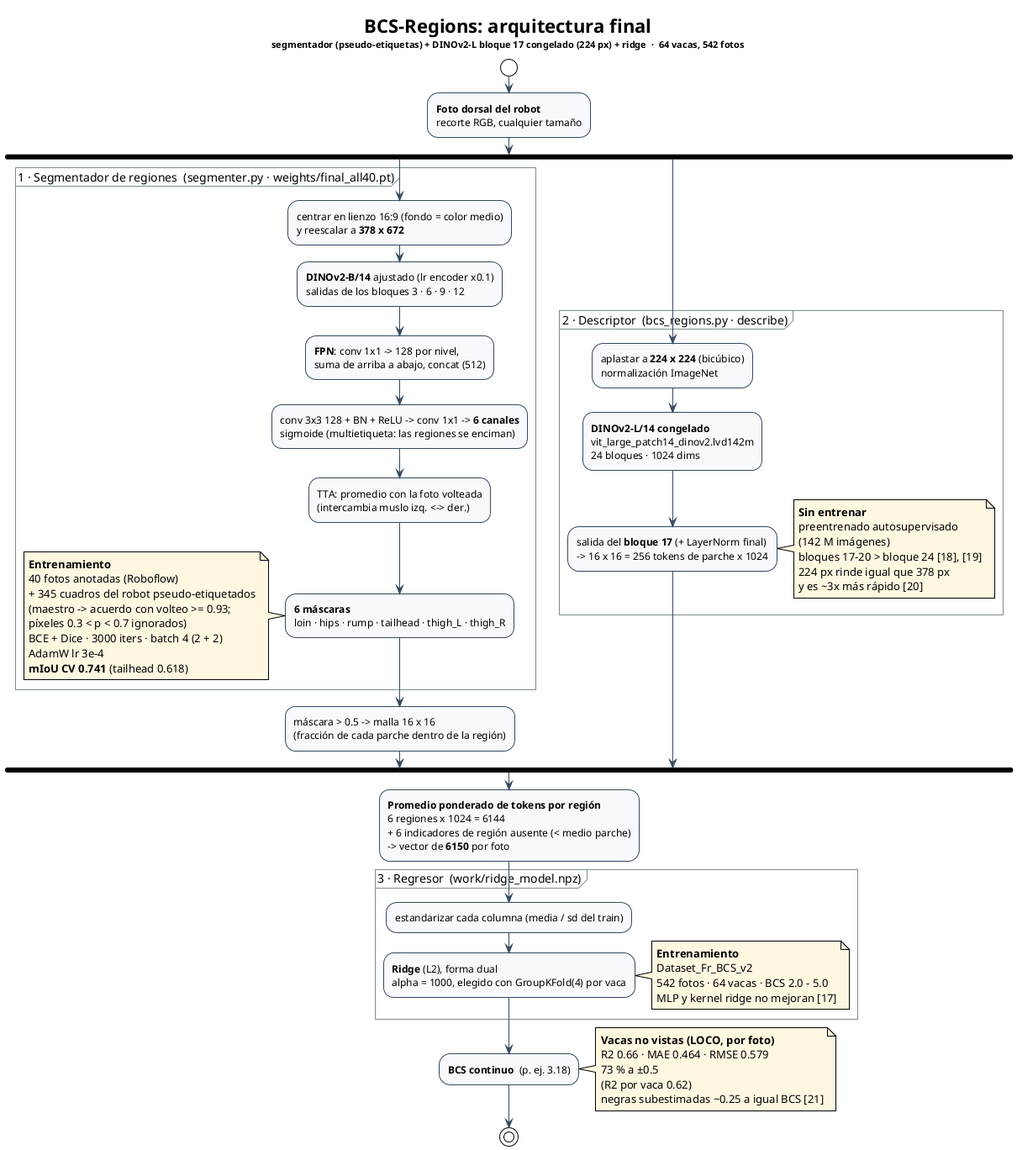
Before: Modeling/Main model/BCS-Regions/figures/arquitectura_final.png, a diagram exported from PlantUML (MonicaMMartinezV/MuuMetrics). The source it was exported from:
```plantuml
@startuml arquitectura_final
!theme plain
skinparam defaultFontName Helvetica
skinparam ActivityBackgroundColor #F7F9FC
skinparam ActivityBorderColor #34495E
skinparam NoteBackgroundColor #FFF8E1
skinparam ArrowColor #34495E
skinparam PartitionBorderColor #7F8C8D

title BCS-Regions: arquitectura final\n<size:11>segmentador (pseudo-etiquetas) + DINOv2-L bloque 17 congelado (224 px) + ridge  ·  64 vacas, 542 fotos</size>

start
:**Foto dorsal del robot**
recorte RGB, cualquier tamaño;

fork
  partition "1 · Segmentador de regiones  (segmenter.py · weights/final_all40.pt)" {
    :centrar en lienzo 16:9 (fondo = color medio)
    y reescalar a **378 x 672**;
    :**DINOv2-B/14** ajustado (lr encoder x0.1)
    salidas de los bloques 3 · 6 · 9 · 12;
    :**FPN**: conv 1x1 -> 128 por nivel,
    suma de arriba a abajo, concat (512);
    :conv 3x3 128 + BN + ReLU -> conv 1x1 -> **6 canales**
    sigmoide (multietiqueta: las regiones se enciman);
    :TTA: promedio con la foto volteada
    (intercambia muslo izq. <-> der.);
    :**6 máscaras**
    loin · hips · rump · tailhead · thigh_L · thigh_R;
  }
  note left
    **Entrenamiento**
    40 fotos anotadas (Roboflow)
    + 345 cuadros del robot pseudo-etiquetados
    (maestro -> acuerdo con volteo >= 0.93;
    píxeles 0.3 < p < 0.7 ignorados)
    BCE + Dice · 3000 iters · batch 4 (2 + 2)
    AdamW lr 3e-4
    **mIoU CV 0.741** (tailhead 0.618)
  end note
  :máscara > 0.5 -> malla 16 x 16
  (fracción de cada parche dentro de la región);
fork again
  partition "2 · Descriptor  (bcs_regions.py · describe)" {
    :aplastar a **224 x 224** (bicúbico)
    normalización ImageNet;
    :**DINOv2-L/14 congelado**
    vit_large_patch14_dinov2.lvd142m
    24 bloques · 1024 dims;
    :salida del **bloque 17** (+ LayerNorm final)
    -> 16 x 16 = 256 tokens de parche x 1024;
  }
  note right
    **Sin entrenar**
    preentrenado autosupervisado
    (142 M imágenes)
    bloques 17-20 > bloque 24 [18], [19]
    224 px rinde igual que 378 px
    y es ~3x más rápido [20]
  end note
end fork

:**Promedio ponderado de tokens por región**
6 regiones x 1024 = 6144
+ 6 indicadores de región ausente (< medio parche)
-> vector de **6150** por foto;

partition "3 · Regresor  (work/ridge_model.npz)" {
  :estandarizar cada columna (media / sd del train);
  :**Ridge** (L2), forma dual
  alpha = 1000, elegido con GroupKFold(4) por vaca;
}
note right
  **Entrenamiento**
  Dataset_Fr_BCS_v2
  542 fotos · 64 vacas · BCS 2.0 - 5.0
  MLP y kernel ridge no mejoran [17]
end note

:**BCS continuo**  (p. ej. 3.18);
note right
  **Vacas no vistas (LOCO, por foto)**
  R2 0.66 · MAE 0.464 · RMSE 0.579
  73 % a ±0.5
  (R2 por vaca 0.62)
  negras subestimadas ~0.25 a igual BCS [21]
end note
stop
@enduml
```
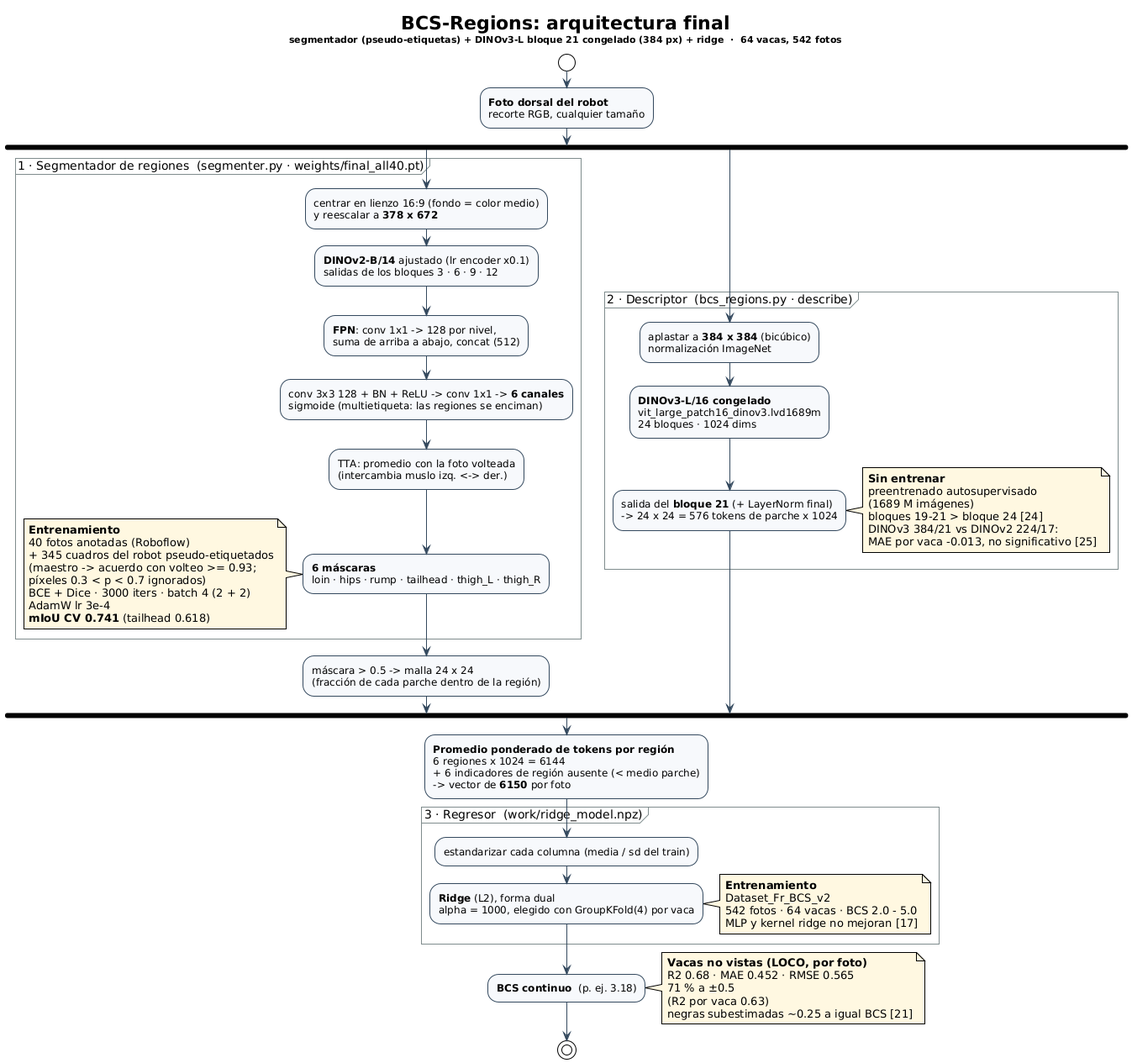
After the change.

Commit message:
BCS-Regions: modelo final DINOv3-L/16 384px bloque 21, ridge en GPU,   experimentos [20]-[25]; BCS-TransferLearning

What changed in the source:
```diff
@@ -7,7 +7,7 @@
 skinparam ArrowColor #34495E
 skinparam PartitionBorderColor #7F8C8D
 
-title BCS-Regions: arquitectura final\n<size:11>segmentador (pseudo-etiquetas) + DINOv2-L bloque 17 congelado (224 px) + ridge  ·  64 vacas, 542 fotos</size>
+title BCS-Regions: arquitectura final\n<size:11>segmentador (pseudo-etiquetas) + DINOv3-L bloque 21 congelado (384 px) + ridge  ·  64 vacas, 542 fotos</size>
 
 start
 :**Foto dorsal del robot**
@@ -38,25 +38,25 @@
     AdamW lr 3e-4
     **mIoU CV 0.741** (tailhead 0.618)
   end note
-  :máscara > 0.5 -> malla 16 x 16
+  :máscara > 0.5 -> malla 24 x 24
   (fracción de cada parche dentro de la región);
 fork again
   partition "2 · Descriptor  (bcs_regions.py · describe)" {
-    :aplastar a **224 x 224** (bicúbico)
+    :aplastar a **384 x 384** (bicúbico)
     normalización ImageNet;
-    :**DINOv2-L/14 congelado**
-    vit_large_patch14_dinov2.lvd142m
+    :**DINOv3-L/16 congelado**
+    vit_large_patch16_dinov3.lvd1689m
     24 bloques · 1024 dims;
-    :salida del **bloque 17** (+ LayerNorm final)
-    -> 16 x 16 = 256 tokens de parche x 1024;
+    :salida del **bloque 21** (+ LayerNorm final)
+    -> 24 x 24 = 576 tokens de parche x 1024;
   }
   note right
     **Sin entrenar**
     preentrenado autosupervisado
-    (142 M imágenes)
-    bloques 17-20 > bloque 24 [18], [19]
-    224 px rinde igual que 378 px
-    y es ~3x más rápido [20]
+    (1689 M imágenes)
+    bloques 19-21 > bloque 24 [24]
+    DINOv3 384/21 vs DINOv2 224/17:
+    MAE por vaca -0.013, no significativo [25]
   end note
 end fork
 
@@ -80,9 +80,9 @@
 :**BCS continuo**  (p. ej. 3.18);
 note right
   **Vacas no vistas (LOCO, por foto)**
-  R2 0.66 · MAE 0.464 · RMSE 0.579
-  73 % a ±0.5
-  (R2 por vaca 0.62)
+  R2 0.68 · MAE 0.452 · RMSE 0.565
+  71 % a ±0.5
+  (R2 por vaca 0.63)
   negras subestimadas ~0.25 a igual BCS [21]
 end note
 stop
```
